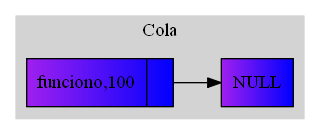
Before: graficaCola.png, a diagram exported from Graphviz (Tiago-130414/EDD_1S2019_P1_201313722). Its source is kept beside it as graficaCola.dot.
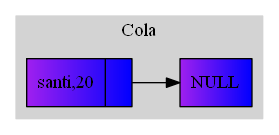
After the commit.

The edit, as a diff of the source:
```diff
@@ -5,9 +5,9 @@
 style=filled;
 color = lightgrey;
 node[shape=record];
-Nodofunciono[label="{funciono,100| }"style = filled, fillcolor = "purple:blue"];
+Nodosanti[label="{santi,20| }"style = filled, fillcolor = "purple:blue"];
 NodoNULL[label="NULL}"style = filled, fillcolor = "purple:blue"];
-Nodofunciono->NodoNULL;
+Nodosanti->NodoNULL;
 label = "Cola";
 }
 }
```
